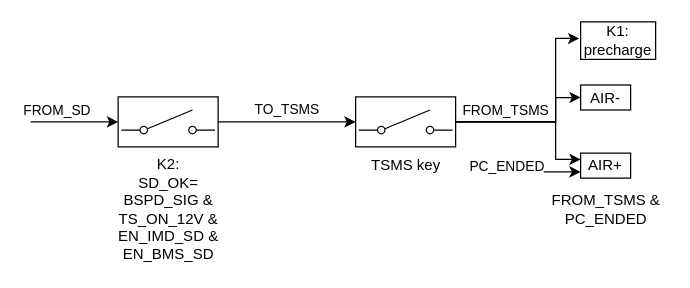
Earlier version of the draw.io diagram mainboard/docs/images/shutdown.drawio (eagletrt/fenice-bms-hv). Source tidied: cells renumbered, new cells numbered last; positions are measured from the earlier drawing's top-left corner, leaving out a move shared by most shapes. Both pictures are drawn from the tidied source at 125%, with x=0, y=0 at pixel (30, 21).
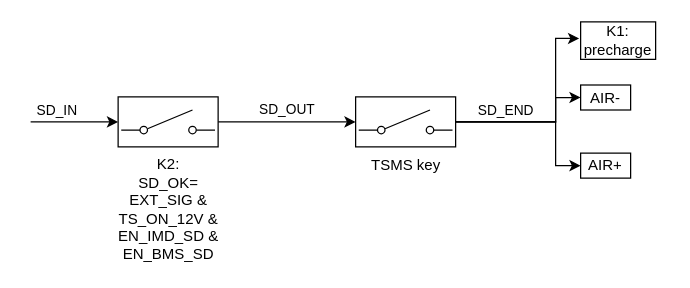
The same diagram, later.

The change refers to these unchanged cells:
```xml
<mxCell id="3" style="edgeStyle=orthogonalEdgeStyle;rounded=0;jettySize=auto;html=1;endArrow=none;endFill=0;startArrow=classic;startFill=1;" parent="1" edge="1" source="6">
  <mxGeometry relative="1" as="geometry">
    <mxPoint y="80" as="targetPoint" />
  </mxGeometry>
</mxCell>
<mxCell id="6" style="rounded=0;whiteSpace=wrap;html=1;" parent="1" vertex="1">
  <mxGeometry x="70" y="60" width="80" height="40" as="geometry" />
</mxCell>
<mxCell id="8" style="edgeStyle=orthogonalEdgeStyle;rounded=0;jettySize=auto;html=1;startArrow=none;startFill=0;endArrow=classic;endFill=1;entryX=0;entryY=0.5;entryDx=0;entryDy=0;" parent="1" edge="1" source="11" target="15">
  <mxGeometry relative="1" as="geometry">
    <Array as="points">
      <mxPoint x="420" y="80" />
      <mxPoint x="420" y="61" />
    </Array>
  </mxGeometry>
</mxCell>
<mxCell id="11" style="rounded=0;whiteSpace=wrap;html=1;" parent="1" vertex="1">
  <mxGeometry x="260" y="60" width="80" height="40" as="geometry" />
</mxCell>
<mxCell id="18" value="&lt;div&gt;AIR+&lt;/div&gt;" style="rounded=0;whiteSpace=wrap;html=1;" parent="1" vertex="1">
  <mxGeometry x="440" y="105" width="40" height="20" as="geometry" />
</mxCell>
```

Change to the diagram source:
```diff
@@
-    <mxCell id="2" value="&lt;div&gt;K2:&lt;/div&gt;&lt;div&gt;SD_OK=&lt;br&gt;&lt;/div&gt;&lt;div&gt;BSPD_SIG &amp;amp;&lt;br&gt;&lt;/div&gt;&lt;div&gt;TS_ON_12V &amp;amp;&lt;br&gt;&lt;/div&gt;&lt;div&gt;EN_IMD_SD &amp;amp;&lt;br&gt;&lt;/div&gt;&lt;div&gt;EN_BMS_SD&lt;/div&gt;" style="text;html=1;align=center;verticalAlign=middle;fillColor=none;strokeColor=none;rounded=0;" parent="1" vertex="1">
+    <mxCell id="2" value="&lt;div&gt;K2:&lt;/div&gt;&lt;div&gt;SD_OK=&lt;br&gt;&lt;/div&gt;&lt;div&gt;EXT&lt;span&gt;_SIG &amp;amp;&lt;/span&gt;&lt;/div&gt;&lt;div&gt;TS_ON_12V &amp;amp;&lt;br&gt;&lt;/div&gt;&lt;div&gt;EN_IMD_SD &amp;amp;&lt;br&gt;&lt;/div&gt;&lt;div&gt;EN_BMS_SD&lt;/div&gt;" style="text;html=1;align=center;verticalAlign=middle;fillColor=none;strokeColor=none;rounded=0;" parent="1" vertex="1">
       <mxGeometry x="60" y="105" width="100" height="90" as="geometry" />
     </mxCell>
@@
-    <mxCell id="4" value="&lt;div&gt;FROM_SD&lt;/div&gt;" style="edgeLabel;html=1;align=center;verticalAlign=middle;" parent="3" vertex="1">
+    <mxCell id="4" value="&lt;div&gt;SD_IN&lt;/div&gt;" style="edgeLabel;html=1;align=center;verticalAlign=middle;" parent="3" vertex="1">
       <mxGeometry x="0.42" relative="1" as="geometry">
         <mxPoint y="-9.5" as="offset" />
       </mxGeometry>
     </mxCell>
-    <mxCell id="5" value="TO_TSMS" style="edgeStyle=orthogonalEdgeStyle;rounded=0;jettySize=auto;html=1;startArrow=none;startFill=0;endArrow=classic;endFill=1;" parent="1" edge="1" source="6" target="11">
+    <mxCell id="5" value="SD_OUT" style="edgeStyle=orthogonalEdgeStyle;rounded=0;jettySize=auto;html=1;startArrow=none;startFill=0;endArrow=classic;endFill=1;" parent="1" edge="1" source="6" target="11">
       <mxGeometry y="10" relative="1" as="geometry" />
     </mxCell>
@@
-    <mxCell id="9" value="FROM_TSMS" style="edgeLabel;html=1;align=center;verticalAlign=middle;" parent="8" vertex="1">
+    <mxCell id="9" value="SD_END" style="edgeLabel;html=1;align=center;verticalAlign=middle;" parent="8" vertex="1">
       <mxGeometry x="-0.06" y="-1" relative="1" as="geometry">
         <mxPoint x="-16.1" y="-10.5" as="offset" />
       </mxGeometry>
     </mxCell>
@@
-    <mxCell id="13" style="edgeStyle=orthogonalEdgeStyle;rounded=0;jettySize=auto;html=1;startArrow=none;startFill=0;endArrow=classic;endFill=1;entryX=0;entryY=0.25;entryDx=0;entryDy=0;" parent="1" edge="1" target="18">
+    <mxCell id="13" style="edgeStyle=orthogonalEdgeStyle;rounded=0;jettySize=auto;html=1;startArrow=none;startFill=0;endArrow=classic;endFill=1;entryX=0;entryY=0.5;entryDx=0;entryDy=0;" parent="1" edge="1" target="18">
       <mxGeometry relative="1" as="geometry">
         <mxPoint x="340" y="80" as="sourcePoint" />
         <Array as="points">
           <mxPoint x="420" y="80" />
-          <mxPoint x="420" y="110" />
+          <mxPoint x="420" y="115" />
         </Array>
       </mxGeometry>
     </mxCell>
@@
-    <mxCell id="16" style="edgeStyle=orthogonalEdgeStyle;rounded=0;jettySize=auto;html=1;exitX=0;exitY=0.75;exitDx=0;exitDy=0;startArrow=classic;startFill=1;endArrow=none;endFill=0;" parent="1" edge="1" source="18">
-      <mxGeometry relative="1" as="geometry">
-        <mxPoint x="380" y="120" as="targetPoint" />
-        <Array as="points">
-          <mxPoint x="390" y="120" />
-        </Array>
-      </mxGeometry>
-    </mxCell>
-    <mxCell id="17" value="PC_ENDED" style="edgeLabel;html=1;align=center;verticalAlign=middle;" parent="16" vertex="1">
-      <mxGeometry x="0.53" relative="1" as="geometry">
-        <mxPoint x="-13.9" y="-5" as="offset" />
-      </mxGeometry>
-    </mxCell>
@@
-    <mxCell id="19" value="&lt;div&gt;FROM_TSMS &amp;amp;&lt;/div&gt;&lt;div&gt;PC_ENDED&lt;/div&gt;" style="text;html=1;align=center;verticalAlign=middle;" parent="1" vertex="1">
-      <mxGeometry x="410" y="135" width="100" height="30" as="geometry" />
-    </mxCell>
```
